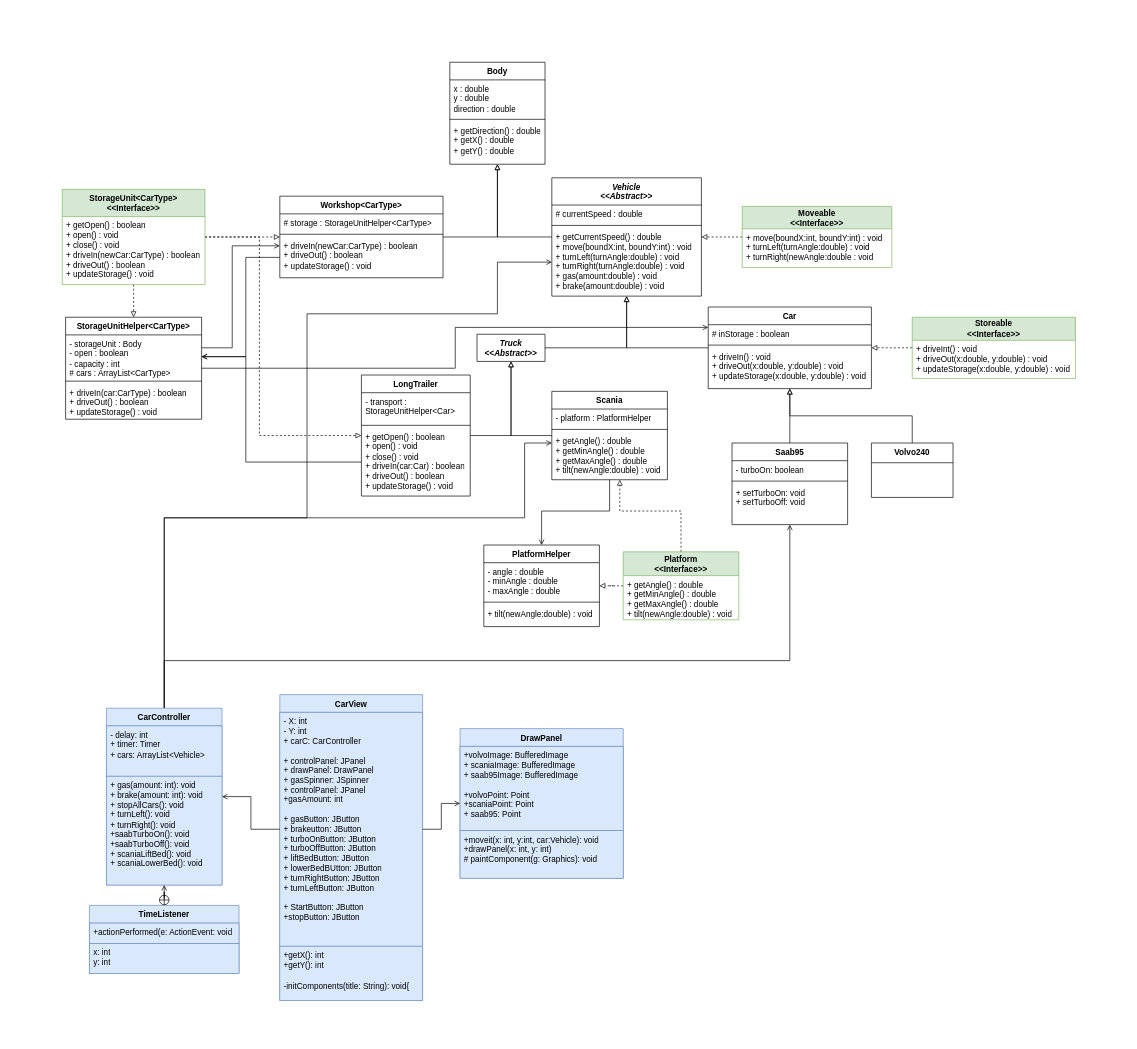
The draw.io diagram Labb3pre.drawio in ErikFogelstrand/lab1-riktig, before the edit. Source tidied: cells renumbered, new cells numbered last; positions are measured from the earlier drawing's top-left corner, leaving out a move shared by most shapes. Both pictures are drawn from the tidied source at 68%, with x=0, y=0 at pixel (62, 62).
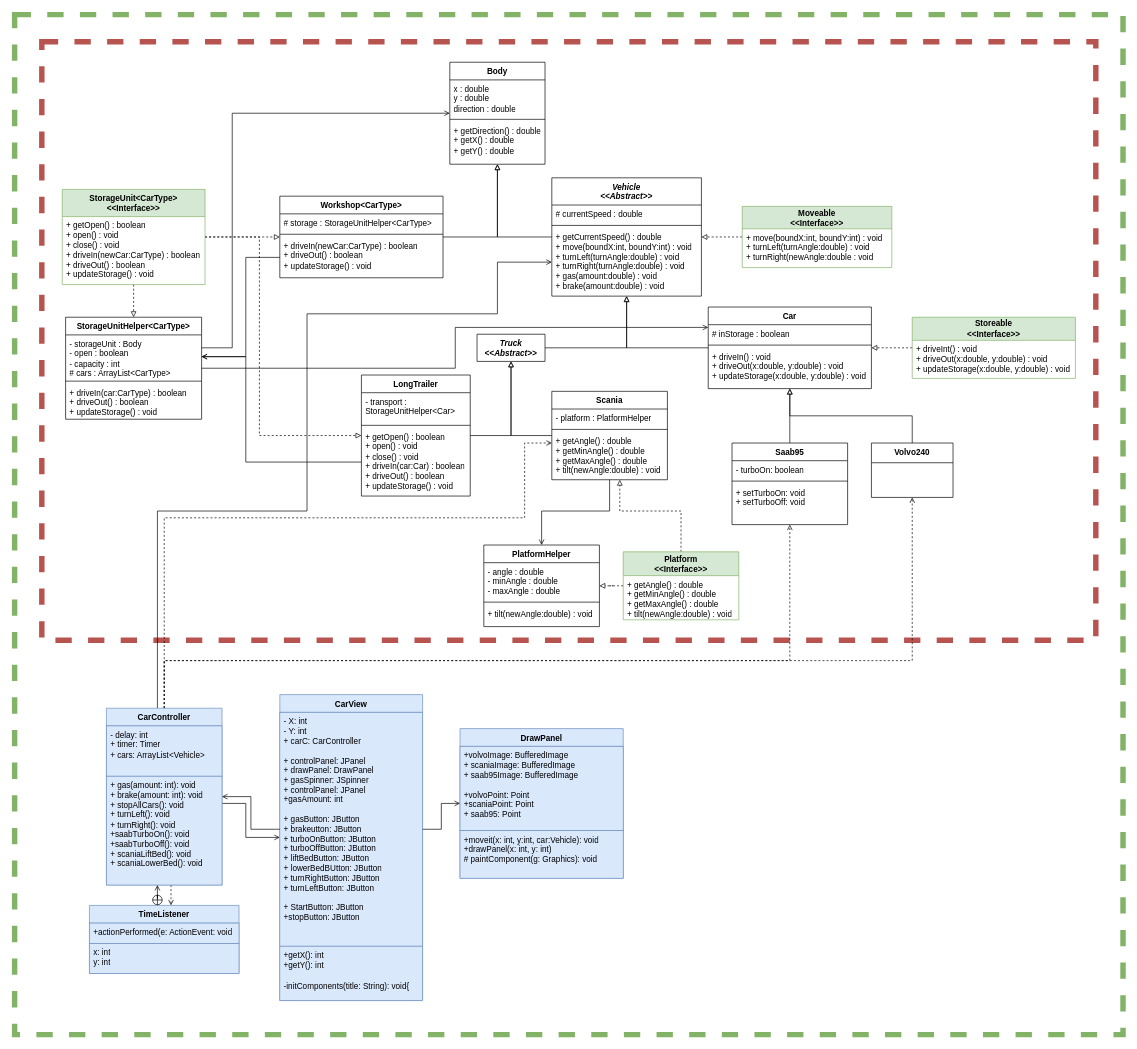
Above is the later version.

The change refers to these unchanged cells:
```xml
<mxCell id="2" value="&lt;div&gt;Body&lt;/div&gt;" style="swimlane;fontStyle=1;align=center;verticalAlign=top;horizontal=1;startSize=26;whiteSpace=wrap;html=1;" parent="1" vertex="1">
  <mxGeometry x="570" width="140" height="150" as="geometry" />
</mxCell>
<mxCell id="14" value="CarController" style="swimlane;fontStyle=1;align=center;verticalAlign=top;horizontal=1;startSize=26;whiteSpace=wrap;html=1;fillColor=#dae8fc;strokeColor=#6c8ebf;" parent="1" vertex="1">
  <mxGeometry x="65" y="950" width="170" height="260" as="geometry" />
</mxCell>
<mxCell id="18" value="&lt;div&gt;- X: int&lt;/div&gt;&lt;div&gt;- Y: int&lt;br&gt;&lt;/div&gt;&lt;div&gt;+ carC: CarController&lt;/div&gt;&lt;br&gt;&lt;div&gt;+ controlPanel: JPanel&lt;br&gt;&lt;/div&gt;&lt;div&gt;+ drawPanel: DrawPanel&lt;/div&gt;&lt;div&gt;+ gasSpinner: JSpinner&lt;br&gt;&lt;/div&gt;&lt;div&gt;+ controlPanel: JPanel&lt;br&gt;&lt;/div&gt;&lt;div&gt;+gasAmount: int&lt;br&gt;&lt;/div&gt;&lt;div&gt;&lt;div&gt;&lt;br&gt;&lt;/div&gt;&lt;div&gt;+ gasButton: JButton&lt;/div&gt;&lt;div&gt;+ brakeutton: JButton&lt;/div&gt;&lt;/div&gt;&lt;div&gt;+ turboOnButton: JButton&lt;/div&gt;&lt;div&gt;+ turboOffButton: JButton&lt;/div&gt;&lt;div&gt;+ liftBedButton: JButton&lt;/div&gt;&lt;div&gt;+ lowerBedBUtton: JButton&lt;/div&gt;&lt;div&gt;+ turnRightButton: JButton &lt;br&gt;&lt;/div&gt;&lt;div&gt;+ turnLeftButton: JButton &lt;br&gt;&lt;/div&gt;&lt;div&gt;&lt;br&gt;&lt;/div&gt;&lt;div&gt;+ StartButton: JButton&lt;/div&gt;&lt;div&gt;+stopButton: JButton&lt;br&gt;&lt;/div&gt;&lt;div&gt;&lt;br&gt;&lt;/div&gt;" style="text;strokeColor=#6c8ebf;fillColor=#dae8fc;align=left;verticalAlign=top;spacingLeft=4;spacingRight=4;overflow=hidden;points=[[0,0.5],[1,0.5]];portConstraint=eastwest;whiteSpace=wrap;html=1;" parent="17" vertex="1">
  <mxGeometry y="26" width="210" height="344" as="geometry" />
</mxCell>
<mxCell id="30" value="&lt;div&gt;Saab95&lt;/div&gt;" style="swimlane;fontStyle=1;align=center;verticalAlign=top;horizontal=1;startSize=26;whiteSpace=wrap;html=1;" parent="1" vertex="1">
  <mxGeometry x="985" y="560" width="170" height="120" as="geometry" />
</mxCell>
<mxCell id="35" value="&lt;div&gt;Volvo240&lt;/div&gt;" style="swimlane;fontStyle=1;align=center;verticalAlign=top;horizontal=1;startSize=29;whiteSpace=wrap;html=1;" parent="1" vertex="1">
  <mxGeometry x="1190" y="560" width="120" height="80" as="geometry" />
</mxCell>
<mxCell id="38" value="Scania" style="swimlane;fontStyle=1;align=center;verticalAlign=top;horizontal=1;startSize=26;whiteSpace=wrap;html=1;" parent="1" vertex="1">
  <mxGeometry x="720" y="484" width="170" height="130" as="geometry" />
</mxCell>
<mxCell id="46" value="+ getCurrentSpeed() : double&lt;br&gt;+ move(boundX:int, boundY:int) : void&lt;br&gt;+ turnLeft(turnAngle:double) : void&lt;br&gt;+ turnRight(turnAngle:double) : void&lt;br&gt;+ gas(amount:double) : void&lt;br&gt;+ brake(amount:double) : void" style="text;strokeColor=none;fillColor=none;align=left;verticalAlign=top;spacingLeft=4;spacingRight=4;overflow=hidden;points=[[0,0.5],[1,0.5]];portConstraint=eastwest;whiteSpace=wrap;html=1;" parent="43" vertex="1">
  <mxGeometry y="74" width="220" height="100" as="geometry" />
</mxCell>
<mxCell id="48" value="StorageUnitHelper&amp;lt;CarType&amp;gt;" style="swimlane;fontStyle=1;align=center;verticalAlign=top;horizontal=1;startSize=26;whiteSpace=wrap;html=1;" parent="1" vertex="1">
  <mxGeometry x="5" y="375" width="200" height="150" as="geometry" />
</mxCell>
<mxCell id="53" value="&lt;div&gt;Workshop&amp;lt;CarType&amp;gt;&lt;/div&gt;" style="swimlane;fontStyle=1;align=center;verticalAlign=top;horizontal=1;startSize=26;whiteSpace=wrap;html=1;" parent="1" vertex="1">
  <mxGeometry x="320" y="197" width="240" height="120" as="geometry" />
</mxCell>
<mxCell id="62" value="&lt;font face=&quot;Helvetica&quot;&gt;TimeListener &lt;/font&gt;" style="swimlane;fontStyle=1;align=center;verticalAlign=top;horizontal=1;startSize=26;whiteSpace=wrap;html=1;fillColor=#dae8fc;strokeColor=#6c8ebf;" parent="1" vertex="1">
  <mxGeometry x="40" y="1240" width="220" height="100" as="geometry" />
</mxCell>
```

Change to the diagram source:
```diff
@@
+    <mxCell id="86" style="rounded=0;whiteSpace=wrap;html=1;fillColor=none;strokeColor=#82b366;dashed=1;strokeWidth=8;" parent="1" vertex="1">
+      <mxGeometry x="-70" y="-70" width="1630" height="1500" as="geometry" />
+    </mxCell>
+    <mxCell id="87" style="rounded=0;whiteSpace=wrap;html=1;fillColor=none;dashed=1;strokeColor=#b85450;strokeWidth=8;" parent="1" vertex="1">
+      <mxGeometry x="-30" y="-30" width="1550" height="880" as="geometry" />
+    </mxCell>
@@
-    <mxCell id="11" style="edgeStyle=orthogonalEdgeStyle;rounded=0;jettySize=auto;html=1;endArrow=open;endFill=0;" parent="1" edge="1" source="14" target="30">
+    <mxCell id="11" style="edgeStyle=orthogonalEdgeStyle;rounded=0;jettySize=auto;html=1;endArrow=open;endFill=0;dashed=1;" parent="1" edge="1" source="14" target="30">
       <mxGeometry relative="1" as="geometry">
         <Array as="points">
           <mxPoint x="150" y="880" />
           <mxPoint x="1070" y="880" />
         </Array>
       </mxGeometry>
     </mxCell>
-    <mxCell id="12" style="edgeStyle=orthogonalEdgeStyle;rounded=0;jettySize=auto;html=1;endArrow=open;endFill=0;exitX=0.5;exitY=0;exitDx=0;exitDy=0;" parent="1" edge="1" source="14" target="38">
+    <mxCell id="12" style="edgeStyle=orthogonalEdgeStyle;rounded=0;jettySize=auto;html=1;endArrow=open;endFill=0;exitX=0.5;exitY=0;exitDx=0;exitDy=0;dashed=1;" parent="1" edge="1" source="14" target="38">
       <mxGeometry relative="1" as="geometry">
         <Array as="points">
           <mxPoint x="150" y="670" />
           <mxPoint x="680" y="670" />
           <mxPoint x="680" y="560" />
         </Array>
       </mxGeometry>
     </mxCell>
     <mxCell id="13" style="edgeStyle=orthogonalEdgeStyle;rounded=0;jettySize=auto;html=1;endArrow=open;endFill=0;entryX=0;entryY=0.5;entryDx=0;entryDy=0;" parent="1" edge="1" source="14" target="46">
       <mxGeometry relative="1" as="geometry">
         <Array as="points">
-          <mxPoint x="150" y="670" />
-          <mxPoint x="360" y="670" />
+          <mxPoint x="140" y="660" />
+          <mxPoint x="360" y="660" />
           <mxPoint x="360" y="370" />
           <mxPoint x="640" y="370" />
           <mxPoint x="640" y="294" />
         </Array>
       </mxGeometry>
     </mxCell>
+    <mxCell id="88" style="edgeStyle=orthogonalEdgeStyle;rounded=0;jettySize=auto;html=1;endArrow=open;endFill=0;" parent="1" edge="1" source="14" target="18">
+      <mxGeometry relative="1" as="geometry">
+        <Array as="points">
+          <mxPoint x="270" y="1090" />
+          <mxPoint x="270" y="1140" />
+        </Array>
+      </mxGeometry>
+    </mxCell>
+    <mxCell id="89" style="edgeStyle=orthogonalEdgeStyle;rounded=0;jettySize=auto;html=1;dashed=1;endArrow=open;endFill=0;" parent="1" edge="1" source="14" target="35">
+      <mxGeometry relative="1" as="geometry">
+        <Array as="points">
+          <mxPoint x="150" y="880" />
+          <mxPoint x="1250" y="880" />
+        </Array>
+      </mxGeometry>
+    </mxCell>
+    <mxCell id="90" style="edgeStyle=orthogonalEdgeStyle;rounded=0;jettySize=auto;html=1;endArrow=open;endFill=0;dashed=1;" parent="1" edge="1" source="14" target="62">
+      <mxGeometry relative="1" as="geometry">
+        <Array as="points">
+          <mxPoint x="160" y="1230" />
+          <mxPoint x="160" y="1230" />
+        </Array>
+      </mxGeometry>
+    </mxCell>
@@
-    <mxCell id="47" style="edgeStyle=orthogonalEdgeStyle;rounded=0;jettySize=auto;html=1;endArrow=open;endFill=0;" parent="1" edge="1" source="48" target="53">
-      <mxGeometry relative="1" as="geometry">
-        <Array as="points">
-          <mxPoint x="250" y="420" />
-          <mxPoint x="250" y="270" />
-        </Array>
-      </mxGeometry>
-    </mxCell>
+    <mxCell id="91" style="edgeStyle=orthogonalEdgeStyle;rounded=0;jettySize=auto;html=1;endArrow=open;endFill=0;" parent="1" edge="1" source="48" target="2">
+      <mxGeometry relative="1" as="geometry">
+        <Array as="points">
+          <mxPoint x="250" y="420" />
+          <mxPoint x="250" y="75" />
+        </Array>
+      </mxGeometry>
+    </mxCell>
@@
     <mxCell id="80" style="edgeStyle=orthogonalEdgeStyle;rounded=0;jettySize=auto;html=1;endArrow=open;endFill=0;startArrow=circlePlus;startFill=0;" parent="1" edge="1" source="62" target="14">
-      <mxGeometry relative="1" as="geometry" />
+      <mxGeometry relative="1" as="geometry">
+        <Array as="points">
+          <mxPoint x="140" y="1230" />
+          <mxPoint x="140" y="1230" />
+        </Array>
+      </mxGeometry>
     </mxCell>
```
